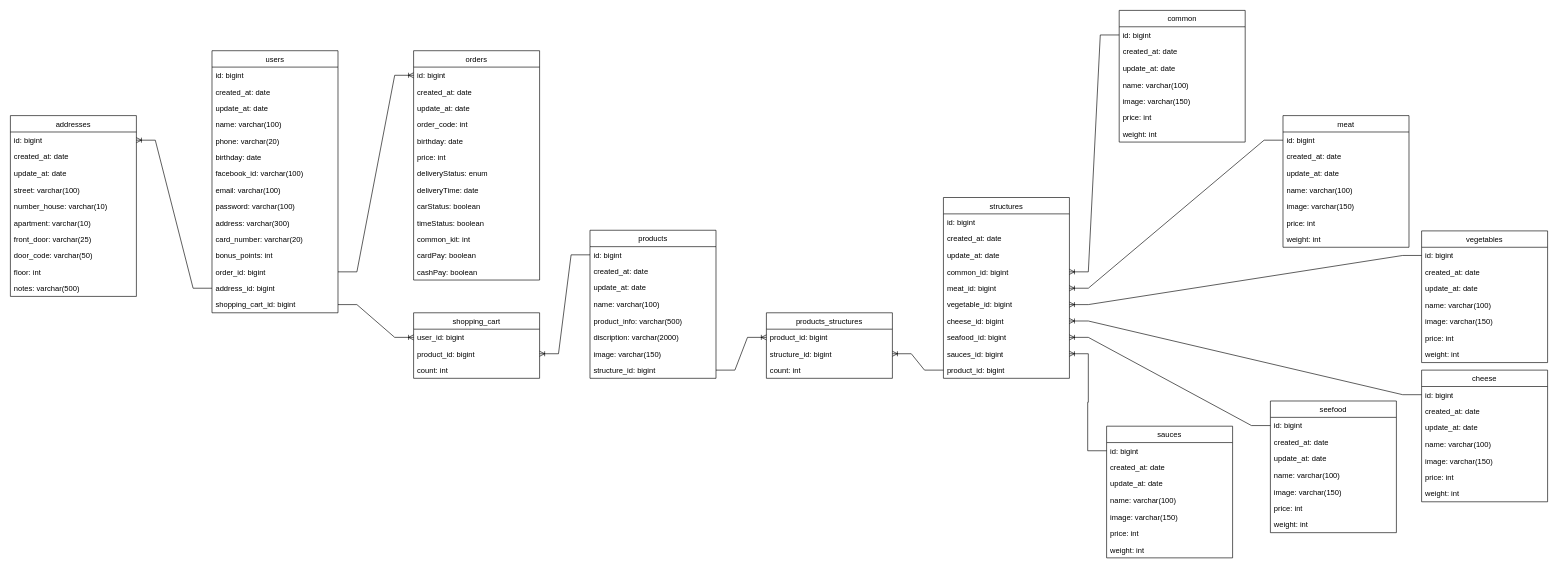
This is src/Vilki_Palki.drawio from NikitaFoshch/UML, a draw.io file, before an edit. Source tidied: cells renumbered, new cells numbered last; positions are measured from the earlier drawing's top-left corner, leaving out a move shared by most shapes. Both pictures are drawn from the tidied source at 63%, with x=0, y=0 at pixel (10, 10).
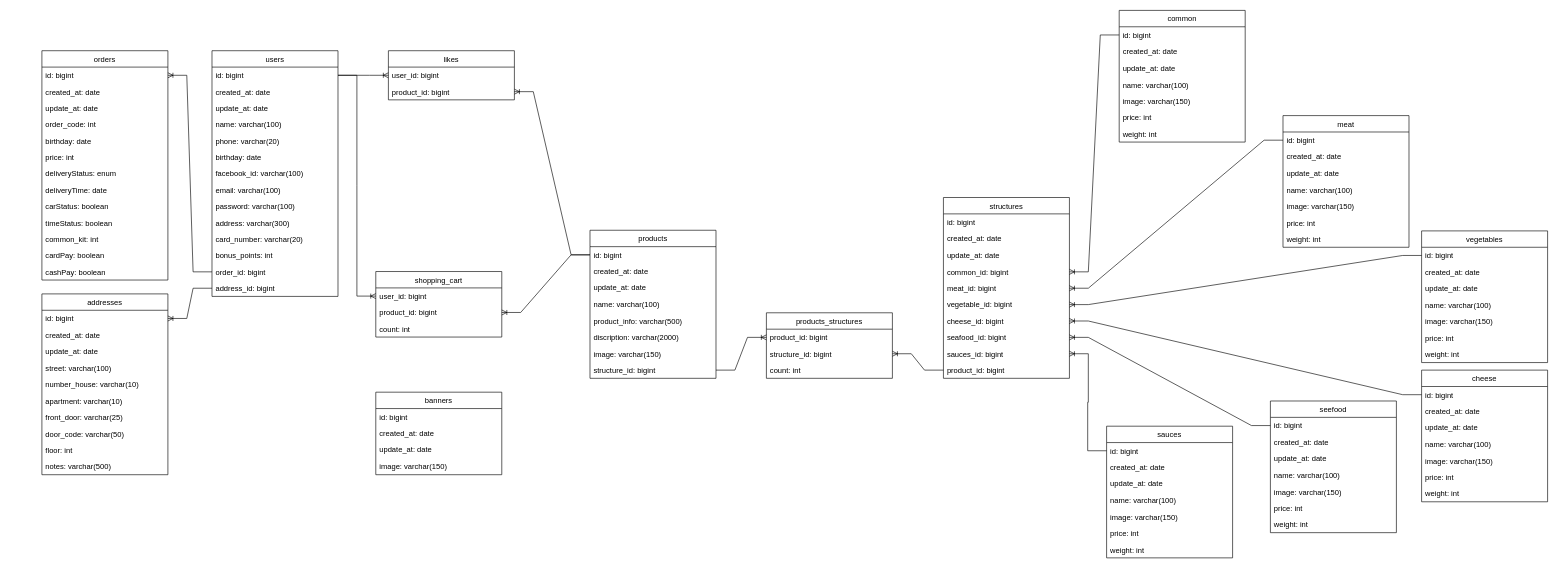
The same diagram, later.

Unchanged cells that the change refers to:
```xml
<mxCell id="3" value="id: bigint" style="text;strokeColor=none;fillColor=none;align=left;verticalAlign=top;spacingLeft=4;spacingRight=4;overflow=hidden;points=[[0,0.5],[1,0.5]];portConstraint=eastwest;" parent="2" vertex="1">
  <mxGeometry y="26" width="200" height="26" as="geometry" />
</mxCell>
<mxCell id="15" value="order_id: bigint" style="text;strokeColor=none;fillColor=none;align=left;verticalAlign=top;spacingLeft=4;spacingRight=4;overflow=hidden;points=[[0,0.5],[1,0.5]];portConstraint=eastwest;" parent="2" vertex="1">
  <mxGeometry y="338" width="200" height="26" as="geometry" />
</mxCell>
<mxCell id="30" value="id: bigint" style="text;strokeColor=none;fillColor=none;align=left;verticalAlign=top;spacingLeft=4;spacingRight=4;overflow=hidden;points=[[0,0.5],[1,0.5]];portConstraint=eastwest;" parent="29" vertex="1">
  <mxGeometry y="26" width="200" height="26" as="geometry" />
</mxCell>
<mxCell id="44" value="user_id: bigint" style="text;strokeColor=none;fillColor=none;align=left;verticalAlign=top;spacingLeft=4;spacingRight=4;overflow=hidden;points=[[0,0.5],[1,0.5]];portConstraint=eastwest;" parent="43" vertex="1">
  <mxGeometry y="26" width="200" height="26" as="geometry" />
</mxCell>
<mxCell id="51" value="id: bigint" style="text;strokeColor=none;fillColor=none;align=left;verticalAlign=top;spacingLeft=4;spacingRight=4;overflow=hidden;points=[[0,0.5],[1,0.5]];portConstraint=eastwest;" parent="50" vertex="1">
  <mxGeometry y="26" width="200" height="26" as="geometry" />
</mxCell>
```

Change to the diagram source:
```diff
@@
     <mxCell id="2" value="users" style="swimlane;fontStyle=0;horizontal=1;startSize=26;fillColor=none;" parent="1" vertex="1">
-      <mxGeometry x="320" y="64" width="200" height="416" as="geometry" />
+      <mxGeometry x="320" y="64" width="200" height="390" as="geometry" />
     </mxCell>
@@
-    <mxCell id="17" value="shopping_cart_id: bigint" style="text;strokeColor=none;fillColor=none;align=left;verticalAlign=top;spacingLeft=4;spacingRight=4;overflow=hidden;points=[[0,0.5],[1,0.5]];portConstraint=eastwest;" parent="2" vertex="1">
-      <mxGeometry y="390" width="200" height="26" as="geometry" />
-    </mxCell>
     <mxCell id="18" value="addresses" style="swimlane;fontStyle=0;horizontal=1;startSize=26;fillColor=none;" parent="1" vertex="1">
-      <mxGeometry y="167" width="200" height="287" as="geometry" />
+      <mxGeometry x="50" y="450" width="200" height="287" as="geometry" />
     </mxCell>
@@
     <mxCell id="29" value="orders" style="swimlane;fontStyle=0;horizontal=1;startSize=26;fillColor=none;" parent="1" vertex="1">
-      <mxGeometry x="640" y="64" width="200" height="364" as="geometry" />
+      <mxGeometry x="50" y="64" width="200" height="364" as="geometry" />
     </mxCell>
@@
     <mxCell id="43" value="shopping_cart" style="swimlane;fontStyle=0;horizontal=1;startSize=26;fillColor=none;" parent="1" vertex="1">
-      <mxGeometry x="640" y="480" width="200" height="104" as="geometry" />
+      <mxGeometry x="580" y="414.5" width="200" height="104" as="geometry" />
     </mxCell>
@@
-    <mxCell id="47" style="edgeStyle=entityRelationEdgeStyle;fontSize=12;html=1;endArrow=ERoneToMany;rounded=0;entryX=0;entryY=0.5;entryDx=0;entryDy=0;exitX=1;exitY=0.5;exitDx=0;exitDy=0;" parent="1" edge="1" source="17" target="44">
+    <mxCell id="47" style="edgeStyle=entityRelationEdgeStyle;fontSize=12;html=1;endArrow=ERoneToMany;rounded=0;entryX=0;entryY=0.5;entryDx=0;entryDy=0;exitX=1;exitY=0.5;exitDx=0;exitDy=0;" parent="1" edge="1" source="3" target="44">
       <mxGeometry relative="1" as="geometry" />
     </mxCell>
-    <mxCell id="48" style="edgeStyle=entityRelationEdgeStyle;fontSize=12;html=1;endArrow=ERoneToMany;rounded=0;entryX=0;entryY=0.5;entryDx=0;entryDy=0;exitX=1;exitY=0.5;exitDx=0;exitDy=0;" parent="1" edge="1" source="15" target="30">
+    <mxCell id="48" style="edgeStyle=entityRelationEdgeStyle;fontSize=12;html=1;endArrow=ERoneToMany;rounded=0;entryX=1;entryY=0.5;entryDx=0;entryDy=0;exitX=0;exitY=0.5;exitDx=0;exitDy=0;" parent="1" edge="1" source="15" target="30">
       <mxGeometry relative="1" as="geometry" />
     </mxCell>
@@
+    <mxCell id="131" style="edgeStyle=entityRelationEdgeStyle;fontSize=12;html=1;endArrow=ERoneToMany;rounded=0;exitX=0;exitY=0.5;exitDx=0;exitDy=0;entryX=1;entryY=0.5;entryDx=0;entryDy=0;" parent="1" edge="1" source="51" target="134">
+      <mxGeometry relative="1" as="geometry" />
+    </mxCell>
+    <mxCell id="132" value="likes" style="swimlane;fontStyle=0;horizontal=1;startSize=26;fillColor=none;" parent="1" vertex="1">
+      <mxGeometry x="600" y="64" width="200" height="78" as="geometry" />
+    </mxCell>
+    <mxCell id="133" value="user_id: bigint" style="text;strokeColor=none;fillColor=none;align=left;verticalAlign=top;spacingLeft=4;spacingRight=4;overflow=hidden;points=[[0,0.5],[1,0.5]];portConstraint=eastwest;" parent="132" vertex="1">
+      <mxGeometry y="26" width="200" height="26" as="geometry" />
+    </mxCell>
+    <mxCell id="134" value="product_id: bigint" style="text;strokeColor=none;fillColor=none;align=left;verticalAlign=top;spacingLeft=4;spacingRight=4;overflow=hidden;points=[[0,0.5],[1,0.5]];portConstraint=eastwest;" parent="132" vertex="1">
+      <mxGeometry y="52" width="200" height="26" as="geometry" />
+    </mxCell>
+    <mxCell id="135" style="edgeStyle=entityRelationEdgeStyle;fontSize=12;html=1;endArrow=ERoneToMany;rounded=0;entryX=0;entryY=0.5;entryDx=0;entryDy=0;exitX=1;exitY=0.5;exitDx=0;exitDy=0;" parent="1" edge="1" source="3" target="133">
+      <mxGeometry relative="1" as="geometry" />
+    </mxCell>
+    <mxCell id="136" value="banners" style="swimlane;fontStyle=0;horizontal=1;startSize=26;fillColor=none;" parent="1" vertex="1">
+      <mxGeometry x="580" y="606" width="200" height="131" as="geometry" />
+    </mxCell>
+    <mxCell id="137" value="id: bigint" style="text;strokeColor=none;fillColor=none;align=left;verticalAlign=top;spacingLeft=4;spacingRight=4;overflow=hidden;" parent="136" vertex="1">
+      <mxGeometry y="26" width="200" height="26" as="geometry" />
+    </mxCell>
+    <mxCell id="138" value="created_at: date" style="text;strokeColor=none;fillColor=none;align=left;verticalAlign=top;spacingLeft=4;spacingRight=4;overflow=hidden;" parent="136" vertex="1">
+      <mxGeometry y="52" width="200" height="26" as="geometry" />
+    </mxCell>
+    <mxCell id="139" value="update_at: date" style="text;strokeColor=none;fillColor=none;align=left;verticalAlign=top;spacingLeft=4;spacingRight=4;overflow=hidden;" parent="136" vertex="1">
+      <mxGeometry y="78" width="200" height="27" as="geometry" />
+    </mxCell>
+    <mxCell id="140" value="image: varchar(150)" style="text;strokeColor=none;fillColor=none;align=left;verticalAlign=top;spacingLeft=4;spacingRight=4;overflow=hidden;" parent="136" vertex="1">
+      <mxGeometry y="105" width="200" height="26" as="geometry" />
+    </mxCell>
```
